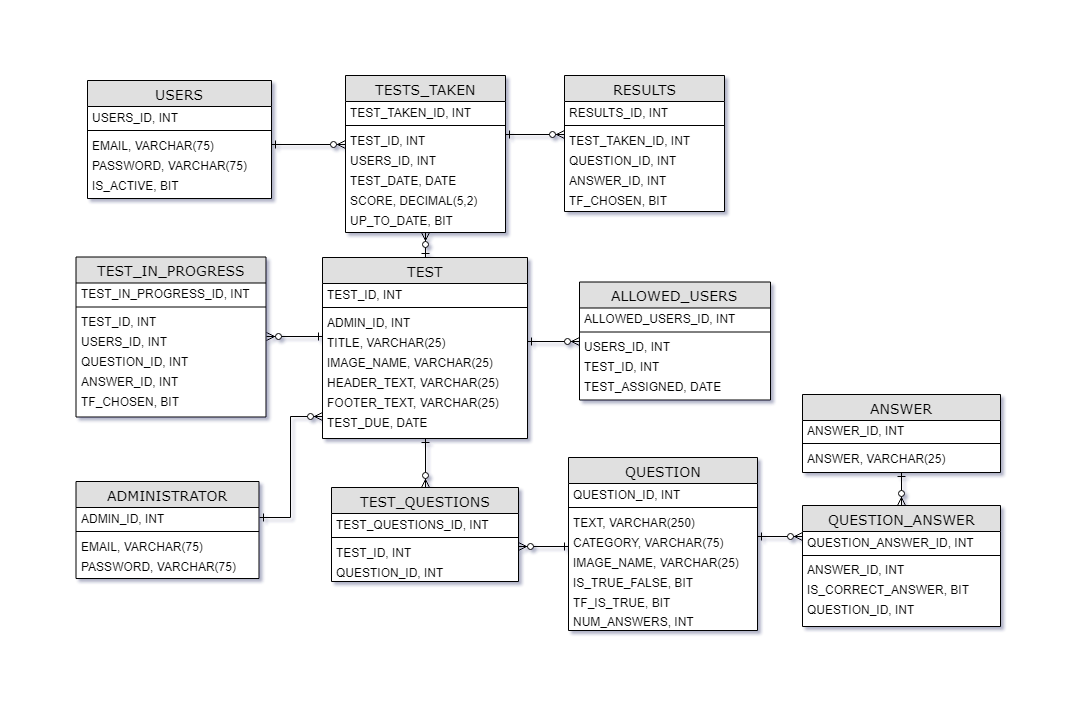
lprescott/QuizServe keeps this draw.io diagram as project-logistics/er-diagram.png. Above is the earlier version. Source tidied: cells renumbered, new cells last; positions are measured from the earlier drawing's top-left corner, leaving out a move shared by most shapes.
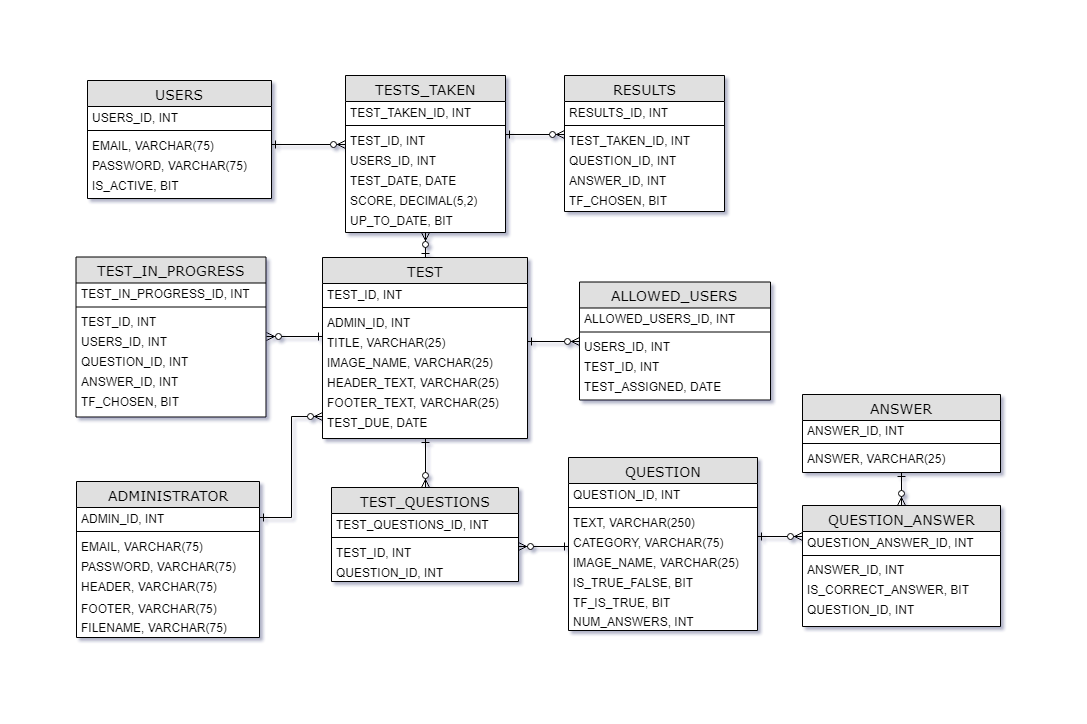
The same diagram one commit later.

The edit, as a diff of the source:
```diff
@@ -21,7 +21,7 @@
       <mxGeometry y="94" width="184" height="20" as="geometry" />
     </mxCell>
     <mxCell id="8" value="ADMINISTRATOR" style="swimlane;html=1;fontStyle=0;horizontal=1;startSize=26;fillColor=#e0e0e0;swimlaneFillColor=#ffffff;align=center;rounded=0;shadow=0;comic=0;labelBackgroundColor=none;strokeColor=#000000;strokeWidth=1;fontFamily=Verdana;fontSize=14;fontColor=#000000;spacingTop=0;spacingLeft=0;" parent="1" vertex="1">
-      <mxGeometry x="0.5" y="406" width="183" height="97" as="geometry" />
+      <mxGeometry x="1" y="406" width="183" height="156" as="geometry" />
     </mxCell>
     <mxCell id="9" value="ADMIN_ID, INT" style="text;html=1;strokeColor=none;fillColor=none;align=left;verticalAlign=middle;whiteSpace=wrap;rounded=0;spacingLeft=0;spacingTop=0;spacing=5;" parent="8" vertex="1">
       <mxGeometry y="26" width="183" height="20" as="geometry" />
@@ -35,6 +35,9 @@
     <mxCell id="12" value="PASSWORD, VARCHAR(75)" style="text;html=1;strokeColor=none;fillColor=none;align=left;verticalAlign=middle;whiteSpace=wrap;rounded=0;spacingLeft=0;spacingTop=0;spacing=5;" parent="8" vertex="1">
       <mxGeometry y="74" width="183" height="20" as="geometry" />
     </mxCell>
+    <mxCell id="85" value="HEADER, VARCHAR(75)" style="text;html=1;strokeColor=none;fillColor=none;align=left;verticalAlign=middle;whiteSpace=wrap;rounded=0;spacingLeft=0;spacingTop=0;spacing=5;" parent="8" vertex="1">
+      <mxGeometry y="94" width="183" height="20" as="geometry" />
+    </mxCell>
     <mxCell id="13" style="edgeStyle=orthogonalEdgeStyle;rounded=0;jettySize=auto;html=1;exitX=0.5;exitY=1;exitDx=0;exitDy=0;entryX=0.5;entryY=0;entryDx=0;entryDy=0;startArrow=ERone;startFill=0;endArrow=ERzeroToMany;endFill=1;" parent="1" edge="1" source="14" target="43">
       <mxGeometry relative="1" as="geometry" />
     </mxCell>
@@ -251,5 +254,11 @@
     <mxCell id="84" style="edgeStyle=orthogonalEdgeStyle;rounded=0;jettySize=auto;html=1;exitX=0;exitY=0.25;exitDx=0;exitDy=0;entryX=1;entryY=0.25;entryDx=0;entryDy=0;startArrow=ERone;startFill=0;endArrow=ERzeroToMany;endFill=1;" parent="1" edge="1" source="18" target="80">
       <mxGeometry relative="1" as="geometry" />
     </mxCell>
+    <mxCell id="86" value="FOOTER, VARCHAR(75)" style="text;html=1;strokeColor=none;fillColor=none;align=left;verticalAlign=middle;whiteSpace=wrap;rounded=0;spacingLeft=0;spacingTop=0;spacing=5;" parent="1" vertex="1">
+      <mxGeometry x="1" y="522" width="183" height="20" as="geometry" />
+    </mxCell>
+    <mxCell id="87" value="FILENAME, VARCHAR(75)" style="text;html=1;strokeColor=none;fillColor=none;align=left;verticalAlign=middle;whiteSpace=wrap;rounded=0;spacingLeft=0;spacingTop=0;spacing=5;" parent="1" vertex="1">
+      <mxGeometry x="1" y="541" width="183" height="20" as="geometry" />
+    </mxCell>
   </root>
 </mxGraphModel>
```
